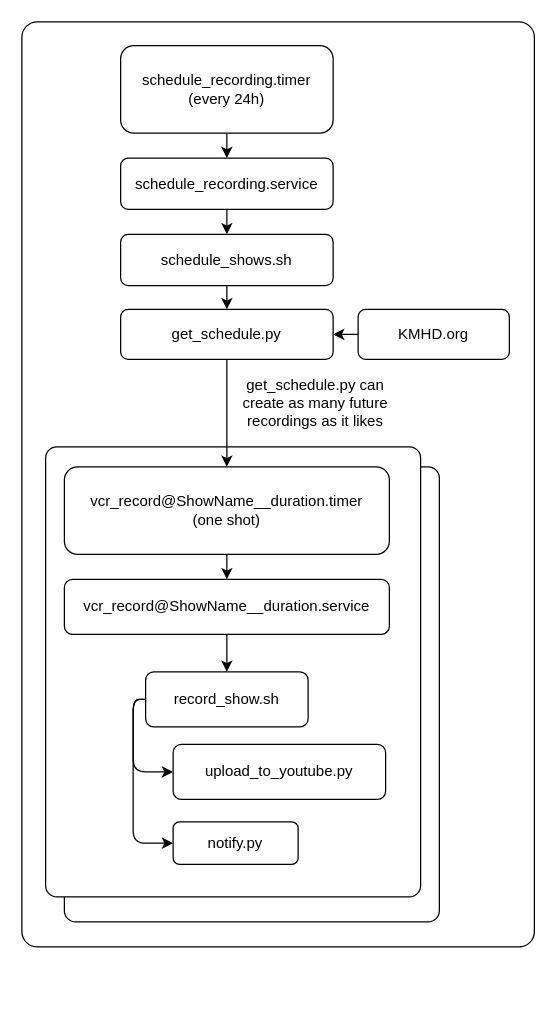
The draw.io diagram doc/diagram.drawio in jonmon6691/radio_vcr, before the edit. Source tidied: cells renumbered, new cells numbered last; positions are measured from the earlier drawing's top-left corner, leaving out a move shared by most shapes. Both pictures are drawn from the tidied source at 125%, with x=0, y=0 at pixel (21, 21).
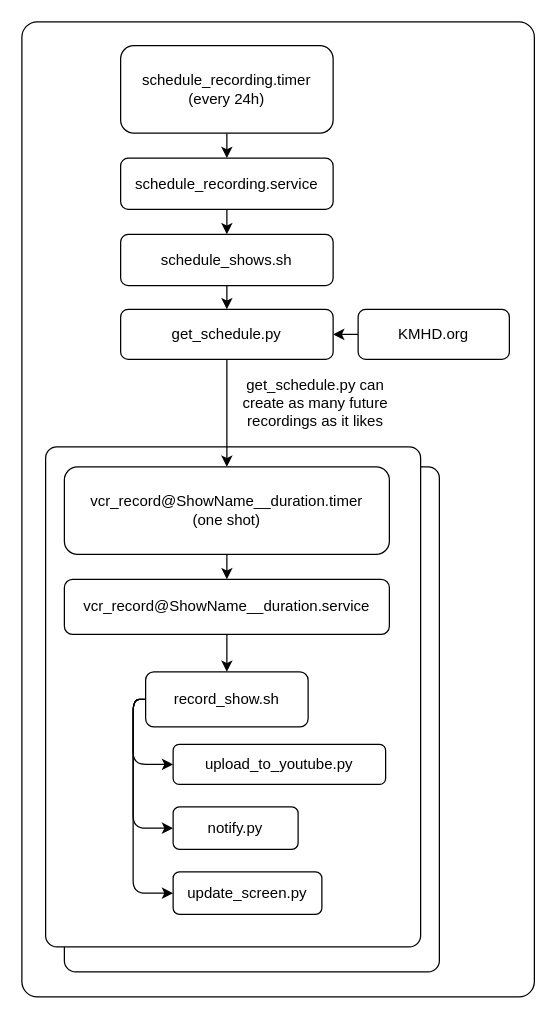
After the change.

Commit message (it also covers changes not shown here):
Cleanup docs for screen update

Unchanged cells that the change refers to:
```xml
<mxCell id="20" value="record_show.sh" style="rounded=1;whiteSpace=wrap;html=1;" parent="1" vertex="1">
  <mxGeometry x="99" y="520" width="130" height="44" as="geometry" />
</mxCell>
```

What changed in the source:
```diff
@@
     <mxCell id="2" style="rounded=1;whiteSpace=wrap;html=1;arcSize=3;" parent="1" vertex="1">
-      <mxGeometry width="410" height="740" as="geometry" />
+      <mxGeometry width="410" height="780" as="geometry" />
     </mxCell>
     <mxCell id="3" style="rounded=1;whiteSpace=wrap;html=1;arcSize=3;" parent="1" vertex="1">
-      <mxGeometry x="34" y="356" width="300" height="364" as="geometry" />
+      <mxGeometry x="34" y="356" width="300" height="404" as="geometry" />
     </mxCell>
     <mxCell id="4" style="rounded=1;whiteSpace=wrap;html=1;arcSize=3;" parent="1" vertex="1">
-      <mxGeometry x="19" y="340" width="300" height="360" as="geometry" />
+      <mxGeometry x="19" y="340" width="300" height="400" as="geometry" />
     </mxCell>
@@
     <mxCell id="21" value="upload_to_youtube.py" style="rounded=1;whiteSpace=wrap;html=1;" parent="1" vertex="1">
-      <mxGeometry x="121" y="578" width="170" height="44" as="geometry" />
+      <mxGeometry x="121" y="578" width="170" height="32" as="geometry" />
     </mxCell>
     <mxCell id="22" value="notify.py" style="rounded=1;whiteSpace=wrap;html=1;" parent="1" vertex="1">
-      <mxGeometry x="121" y="640" width="100" height="34" as="geometry" />
+      <mxGeometry x="121" y="628" width="100" height="34" as="geometry" />
     </mxCell>
@@
+    <mxCell id="25" value="update_screen.py" style="rounded=1;whiteSpace=wrap;html=1;" parent="1" vertex="1">
+      <mxGeometry x="121" y="680" width="119" height="34" as="geometry" />
+    </mxCell>
+    <mxCell id="26" style="edgeStyle=orthogonalEdgeStyle;html=1;entryX=0;entryY=0.5;entryDx=0;entryDy=0;exitX=0;exitY=0.5;exitDx=0;exitDy=0;" parent="1" edge="1" source="20" target="25">
+      <mxGeometry relative="1" as="geometry" />
+    </mxCell>
```
